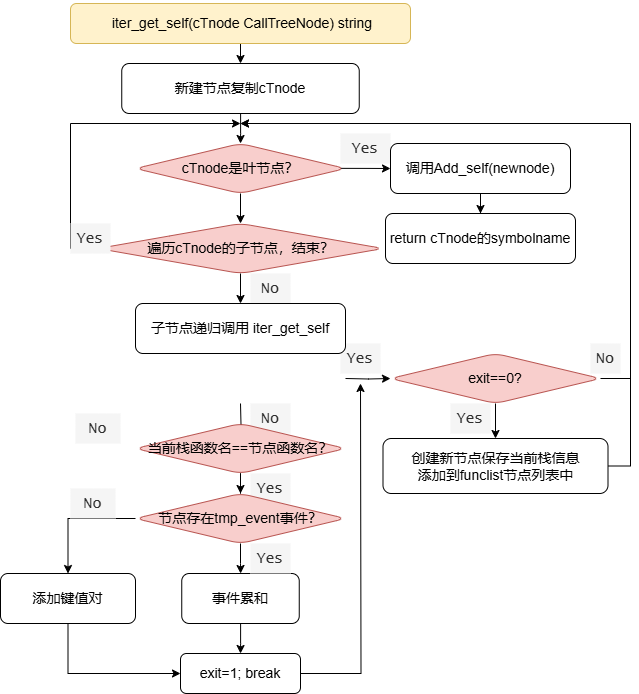
This is iter_get_self.drawio.png from Dong-J93/os_pic2024, a draw.io export, as it was before one commit. Source tidied: cells renumbered, new cells last; positions are measured from the earlier drawing's top-left corner, leaving out a move shared by most shapes.
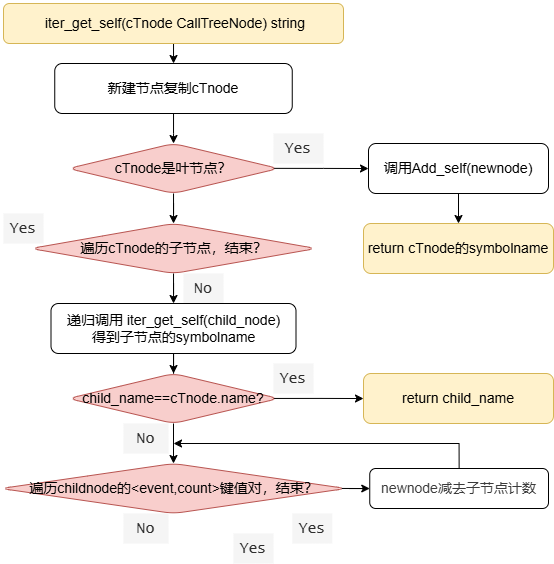
After the commit.

Change to the diagram source:
```diff
@@ -3,11 +3,8 @@
     <mxCell id="0" />
     <mxCell id="1" parent="0" />
     <mxCell id="2" value="&lt;font face=&quot;Lucida Console&quot; color=&quot;#2e2e2e&quot;&gt;&lt;span style=&quot;font-size: 15px;&quot;&gt;Yes&lt;/span&gt;&lt;/font&gt;" style="text;html=1;align=center;verticalAlign=middle;whiteSpace=wrap;rounded=0;fontColor=#333333;fillColor=#f5f5f5;strokeColor=none;" parent="1" vertex="1">
-      <mxGeometry x="250" y="470" width="40" height="30" as="geometry" />
+      <mxGeometry x="300" y="530" width="40" height="30" as="geometry" />
     </mxCell>
-    <mxCell id="3" value="&lt;font face=&quot;Lucida Console&quot; color=&quot;#2e2e2e&quot;&gt;&lt;span style=&quot;font-size: 15px;&quot;&gt;No&lt;/span&gt;&lt;/font&gt;" style="text;html=1;align=center;verticalAlign=middle;whiteSpace=wrap;rounded=0;fontColor=#333333;fillColor=#f5f5f5;strokeColor=none;" parent="1" vertex="1">
-      <mxGeometry x="250" y="400" width="40" height="30" as="geometry" />
-    </mxCell>
     <mxCell id="4" style="edgeStyle=orthogonalEdgeStyle;rounded=0;jettySize=auto;html=1;" parent="1" edge="1" source="5" target="18">
       <mxGeometry relative="1" as="geometry" />
     </mxCell>
@@ -17,21 +14,6 @@
     <mxCell id="6" value="&lt;font face=&quot;Lucida Console&quot; color=&quot;#2e2e2e&quot;&gt;&lt;span style=&quot;font-size: 15px;&quot;&gt;Yes&lt;/span&gt;&lt;/font&gt;" style="text;html=1;align=center;verticalAlign=middle;whiteSpace=wrap;rounded=0;fontColor=#333333;fillColor=#f5f5f5;strokeColor=none;" parent="1" vertex="1">
       <mxGeometry x="340" y="130" width="50" height="30" as="geometry" />
     </mxCell>
-    <mxCell id="7" style="edgeStyle=orthogonalEdgeStyle;rounded=0;jettySize=auto;html=1;exitX=0.5;exitY=1;exitDx=0;exitDy=0;entryX=0;entryY=0.5;entryDx=0;entryDy=0;" parent="1" edge="1" source="8" target="36">
-      <mxGeometry relative="1" as="geometry" />
-    </mxCell>
-    <mxCell id="8" value="&lt;pre&gt;&lt;font face=&quot;Helvetica&quot;&gt;&lt;span style=&quot;font-size: 14px;&quot;&gt;添加键值对&lt;/span&gt;&lt;/font&gt;&lt;/pre&gt;" style="rounded=1;whiteSpace=wrap;html=1;fillColor=none;" parent="1" vertex="1">
-      <mxGeometry y="570" width="135" height="50" as="geometry" />
-    </mxCell>
-    <mxCell id="9" style="edgeStyle=orthogonalEdgeStyle;rounded=0;jettySize=auto;html=1;exitX=0;exitY=0.5;exitDx=0;exitDy=0;" parent="1" edge="1" source="11">
-      <mxGeometry relative="1" as="geometry">
-        <mxPoint x="240" y="120" as="targetPoint" />
-        <Array as="points">
-          <mxPoint x="70" y="245" />
-          <mxPoint x="70" y="120" />
-        </Array>
-      </mxGeometry>
-    </mxCell>
     <mxCell id="10" style="edgeStyle=orthogonalEdgeStyle;rounded=0;jettySize=auto;html=1;" parent="1" edge="1" source="11" target="44">
       <mxGeometry relative="1" as="geometry" />
     </mxCell>
@@ -42,7 +24,7 @@
       <mxGeometry relative="1" as="geometry" />
     </mxCell>
     <mxCell id="13" value="&lt;pre&gt;&lt;font face=&quot;Helvetica&quot; style=&quot;font-size: 14px;&quot;&gt;调用Add_self(newnode)&lt;/font&gt;&lt;span class=&quot;eusoft-eudic-chrome-extension-translate-content&quot;&gt;&lt;/span&gt;&lt;/pre&gt;" style="rounded=1;whiteSpace=wrap;html=1;" parent="1" vertex="1">
-      <mxGeometry x="390" y="140" width="180" height="50" as="geometry" />
+      <mxGeometry x="435" y="140" width="180" height="50" as="geometry" />
     </mxCell>
     <mxCell id="14" style="edgeStyle=orthogonalEdgeStyle;rounded=0;jettySize=auto;html=1;exitX=0.977;exitY=0.497;exitDx=0;exitDy=0;exitPerimeter=0;" parent="1" edge="1" source="16" target="13">
       <mxGeometry relative="1" as="geometry" />
@@ -59,18 +41,8 @@
     <mxCell id="18" value="&lt;pre&gt;&lt;font face=&quot;Helvetica&quot;&gt;&lt;span style=&quot;font-size: 14px;&quot;&gt;新建节点复制cTnode&lt;/span&gt;&lt;/font&gt;&lt;span class=&quot;eusoft-eudic-chrome-extension-translate-content&quot;&gt;&lt;/span&gt;&lt;/pre&gt;" style="rounded=1;whiteSpace=wrap;html=1;fillColor=none;" parent="1" vertex="1">
       <mxGeometry x="121.2" y="60" width="237.5" height="50" as="geometry" />
     </mxCell>
-    <mxCell id="19" style="edgeStyle=orthogonalEdgeStyle;rounded=0;jettySize=auto;html=1;" parent="1" edge="1" target="24">
-      <mxGeometry relative="1" as="geometry">
-        <mxPoint x="240" y="400" as="sourcePoint" />
-      </mxGeometry>
-    </mxCell>
-    <mxCell id="20" style="edgeStyle=orthogonalEdgeStyle;rounded=0;jettySize=auto;html=1;" parent="1" edge="1" target="39">
-      <mxGeometry relative="1" as="geometry">
-        <mxPoint x="345" y="375" as="sourcePoint" />
-      </mxGeometry>
-    </mxCell>
     <mxCell id="21" value="&lt;font face=&quot;Lucida Console&quot; color=&quot;#2e2e2e&quot;&gt;&lt;span style=&quot;font-size: 15px;&quot;&gt;Yes&lt;/span&gt;&lt;/font&gt;" style="text;html=1;align=center;verticalAlign=middle;whiteSpace=wrap;rounded=0;fontColor=#333333;fillColor=#f5f5f5;strokeColor=none;" parent="1" vertex="1">
-      <mxGeometry x="70" y="220" width="40" height="30" as="geometry" />
+      <mxGeometry x="70" y="210" width="40" height="30" as="geometry" />
     </mxCell>
     <mxCell id="22" value="&lt;font face=&quot;Lucida Console&quot; color=&quot;#2e2e2e&quot;&gt;&lt;span style=&quot;font-size: 15px;&quot;&gt;No&lt;/span&gt;&lt;/font&gt;" style="text;html=1;align=center;verticalAlign=middle;whiteSpace=wrap;rounded=0;fontColor=#333333;fillColor=#f5f5f5;strokeColor=none;" parent="1" vertex="1">
       <mxGeometry x="250" y="270" width="40" height="30" as="geometry" />
@@ -78,82 +50,53 @@
     <mxCell id="23" style="edgeStyle=orthogonalEdgeStyle;rounded=0;jettySize=auto;html=1;" parent="1" edge="1" source="24" target="30">
       <mxGeometry relative="1" as="geometry" />
     </mxCell>
+    <mxCell id="45" style="edgeStyle=orthogonalEdgeStyle;rounded=0;jettySize=auto;html=1;exitX=0.972;exitY=0.499;exitDx=0;exitDy=0;exitPerimeter=0;" parent="1" edge="1" source="24" target="48">
+      <mxGeometry relative="1" as="geometry" />
+    </mxCell>
-    <mxCell id="24" value="&lt;span style=&quot;font-size: 14px;&quot;&gt;当前栈函数名==节点函数名？&lt;/span&gt;" style="rhombus;whiteSpace=wrap;html=1;fillColor=#f8cecc;rounded=1;strokeColor=#b85450;" parent="1" vertex="1">
-      <mxGeometry x="135" y="420" width="210" height="50" as="geometry" />
+    <mxCell id="24" value="&lt;span style=&quot;font-size: 14px;&quot;&gt;child_name==cTnode.name?&lt;/span&gt;&lt;span class=&quot;eusoft-eudic-chrome-extension-translate-content&quot;&gt;&lt;/span&gt;" style="rhombus;whiteSpace=wrap;html=1;fillColor=#f8cecc;rounded=1;strokeColor=#b85450;" parent="1" vertex="1">
+      <mxGeometry x="135" y="370" width="210" height="50" as="geometry" />
     </mxCell>
-    <mxCell id="25" value="&lt;font face=&quot;Lucida Console&quot; color=&quot;#2e2e2e&quot;&gt;&lt;span style=&quot;font-size: 15px;&quot;&gt;No&lt;/span&gt;&lt;/font&gt;" style="text;html=1;align=center;verticalAlign=middle;whiteSpace=wrap;rounded=0;fontColor=#333333;fillColor=#f5f5f5;strokeColor=none;" parent="1" vertex="1">
-      <mxGeometry x="75" y="410" width="45" height="30" as="geometry" />
-    </mxCell>
-    <mxCell id="26" style="edgeStyle=orthogonalEdgeStyle;rounded=0;jettySize=auto;html=1;" parent="1" edge="1" source="27" target="36">
-      <mxGeometry relative="1" as="geometry" />
-    </mxCell>
+    <mxCell id="46" style="edgeStyle=orthogonalEdgeStyle;rounded=0;jettySize=auto;html=1;exitX=0.5;exitY=0;exitDx=0;exitDy=0;" parent="1" edge="1" source="27">
+      <mxGeometry relative="1" as="geometry">
+        <mxPoint x="240" y="440" as="targetPoint" />
+        <Array as="points">
+          <mxPoint x="526" y="440" />
+          <mxPoint x="240" y="440" />
+        </Array>
+      </mxGeometry>
+    </mxCell>
-    <mxCell id="27" value="&lt;pre&gt;&lt;font face=&quot;Helvetica&quot;&gt;&lt;span style=&quot;font-size: 14px;&quot;&gt;事件累和&lt;/span&gt;&lt;/font&gt;&lt;/pre&gt;" style="rounded=1;whiteSpace=wrap;html=1;fillColor=none;" parent="1" vertex="1">
-      <mxGeometry x="181.2" y="570" width="117.5" height="50" as="geometry" />
+    <mxCell id="27" value="&lt;p&gt;&lt;font color=&quot;#3b3b3b&quot;&gt;&lt;span style=&quot;font-size: 14px;&quot;&gt;newnode减去子节点计数&lt;/span&gt;&lt;/font&gt;&lt;/p&gt;" style="rounded=1;whiteSpace=wrap;html=1;fillColor=none;" parent="1" vertex="1">
+      <mxGeometry x="436.2" y="465" width="178.8" height="40" as="geometry" />
     </mxCell>
-    <mxCell id="28" style="edgeStyle=orthogonalEdgeStyle;rounded=0;jettySize=auto;html=1;" parent="1" edge="1" source="30" target="27">
+    <mxCell id="28" style="edgeStyle=orthogonalEdgeStyle;rounded=0;jettySize=auto;html=1;exitX=0.987;exitY=0.499;exitDx=0;exitDy=0;exitPerimeter=0;" parent="1" edge="1" source="30" target="27">
       <mxGeometry relative="1" as="geometry" />
     </mxCell>
-    <mxCell id="29" style="edgeStyle=orthogonalEdgeStyle;rounded=0;jettySize=auto;html=1;exitX=0;exitY=0.5;exitDx=0;exitDy=0;" parent="1" edge="1" source="30" target="8">
-      <mxGeometry relative="1" as="geometry" />
-    </mxCell>
-    <mxCell id="30" value="&lt;span style=&quot;font-size: 14px;&quot;&gt;节点存在tmp_event事件？&lt;/span&gt;" style="rhombus;whiteSpace=wrap;html=1;fillColor=#f8cecc;rounded=1;strokeColor=#b85450;" parent="1" vertex="1">
-      <mxGeometry x="135" y="490" width="210" height="50" as="geometry" />
+    <mxCell id="30" value="&lt;span style=&quot;font-size: 14px;&quot;&gt;遍历childnode的&amp;lt;event,count&amp;gt;键值对，结束？&lt;/span&gt;&lt;span class=&quot;eusoft-eudic-chrome-extension-translate-content&quot;&gt;&lt;/span&gt;" style="rhombus;whiteSpace=wrap;html=1;fillColor=#f8cecc;rounded=1;strokeColor=#b85450;" parent="1" vertex="1">
+      <mxGeometry x="67.5" y="460" width="345" height="50" as="geometry" />
     </mxCell>
-    <mxCell id="31" style="edgeStyle=orthogonalEdgeStyle;rounded=0;jettySize=auto;html=1;exitX=1;exitY=0.5;exitDx=0;exitDy=0;" parent="1" edge="1" source="32">
-      <mxGeometry relative="1" as="geometry">
-        <mxPoint x="240" y="120" as="targetPoint" />
-        <Array as="points">
-          <mxPoint x="630" y="463" />
-          <mxPoint x="630" y="120" />
-        </Array>
-      </mxGeometry>
-    </mxCell>
-    <mxCell id="32" value="&lt;p&gt;&lt;font face=&quot;Helvetica&quot; style=&quot;font-size: 14px;&quot;&gt;创建新节点保存当前栈信息&lt;br&gt;&lt;/font&gt;&lt;font face=&quot;Helvetica&quot; style=&quot;font-size: 14px;&quot;&gt;添加到funclist节点列表中&lt;/font&gt;&lt;/p&gt;" style="rounded=1;whiteSpace=wrap;html=1;fillColor=none;" parent="1" vertex="1">
-      <mxGeometry x="382.5" y="435" width="225" height="55" as="geometry" />
-    </mxCell>
     <mxCell id="33" value="&lt;font face=&quot;Lucida Console&quot; color=&quot;#2e2e2e&quot;&gt;&lt;span style=&quot;font-size: 15px;&quot;&gt;Yes&lt;/span&gt;&lt;/font&gt;" style="text;html=1;align=center;verticalAlign=middle;whiteSpace=wrap;rounded=0;fontColor=#333333;fillColor=#f5f5f5;strokeColor=none;" parent="1" vertex="1">
-      <mxGeometry x="250" y="540" width="40" height="30" as="geometry" />
+      <mxGeometry x="358.8" y="510" width="40" height="30" as="geometry" />
     </mxCell>
     <mxCell id="34" value="&lt;font face=&quot;Lucida Console&quot; color=&quot;#2e2e2e&quot;&gt;&lt;span style=&quot;font-size: 15px;&quot;&gt;No&lt;/span&gt;&lt;/font&gt;" style="text;html=1;align=center;verticalAlign=middle;whiteSpace=wrap;rounded=0;fontColor=#333333;fillColor=#f5f5f5;strokeColor=none;" parent="1" vertex="1">
-      <mxGeometry x="70" y="485" width="45" height="30" as="geometry" />
+      <mxGeometry x="190" y="420" width="45" height="30" as="geometry" />
     </mxCell>
-    <mxCell id="35" style="edgeStyle=orthogonalEdgeStyle;rounded=0;jettySize=auto;html=1;exitX=1;exitY=0.5;exitDx=0;exitDy=0;" parent="1" edge="1" source="36">
-      <mxGeometry relative="1" as="geometry">
-        <mxPoint x="360" y="380" as="targetPoint" />
-      </mxGeometry>
-    </mxCell>
-    <mxCell id="36" value="&lt;pre&gt;&lt;font face=&quot;Helvetica&quot;&gt;&lt;span style=&quot;font-size: 14px;&quot;&gt;exit=1; break&lt;/span&gt;&lt;/font&gt;&lt;/pre&gt;" style="rounded=1;whiteSpace=wrap;html=1;fillColor=none;" parent="1" vertex="1">
-      <mxGeometry x="180" y="650" width="120" height="40" as="geometry" />
-    </mxCell>
-    <mxCell id="37" style="edgeStyle=orthogonalEdgeStyle;rounded=0;jettySize=auto;html=1;" parent="1" edge="1" source="39" target="32">
-      <mxGeometry relative="1" as="geometry" />
-    </mxCell>
-    <mxCell id="38" style="edgeStyle=orthogonalEdgeStyle;rounded=0;jettySize=auto;html=1;exitX=1;exitY=0.5;exitDx=0;exitDy=0;" parent="1" edge="1" source="39">
-      <mxGeometry relative="1" as="geometry">
-        <mxPoint x="240" y="120" as="targetPoint" />
-        <Array as="points">
-          <mxPoint x="630" y="375" />
-          <mxPoint x="630" y="120" />
-        </Array>
-      </mxGeometry>
-    </mxCell>
-    <mxCell id="39" value="&lt;font style=&quot;font-size: 14px;&quot;&gt;exit==0?&lt;/font&gt;" style="rhombus;whiteSpace=wrap;html=1;fillColor=#f8cecc;rounded=1;strokeColor=#b85450;" parent="1" vertex="1">
-      <mxGeometry x="390" y="350" width="210" height="50" as="geometry" />
-    </mxCell>
-    <mxCell id="40" value="&lt;font face=&quot;Lucida Console&quot; color=&quot;#2e2e2e&quot;&gt;&lt;span style=&quot;font-size: 15px;&quot;&gt;Yes&lt;/span&gt;&lt;/font&gt;" style="text;html=1;align=center;verticalAlign=middle;whiteSpace=wrap;rounded=0;fontColor=#333333;fillColor=#f5f5f5;strokeColor=none;" parent="1" vertex="1">
-      <mxGeometry x="340" y="340" width="40" height="30" as="geometry" />
-    </mxCell>
-    <mxCell id="41" value="&lt;font face=&quot;Lucida Console&quot; color=&quot;#2e2e2e&quot;&gt;&lt;span style=&quot;font-size: 15px;&quot;&gt;Yes&lt;/span&gt;&lt;/font&gt;" style="text;html=1;align=center;verticalAlign=middle;whiteSpace=wrap;rounded=0;fontColor=#333333;fillColor=#f5f5f5;strokeColor=none;" parent="1" vertex="1">
-      <mxGeometry x="450" y="400" width="40" height="30" as="geometry" />
-    </mxCell>
-    <mxCell id="42" value="&lt;font face=&quot;Lucida Console&quot; color=&quot;#2e2e2e&quot;&gt;&lt;span style=&quot;font-size: 15px;&quot;&gt;No&lt;/span&gt;&lt;/font&gt;" style="text;html=1;align=center;verticalAlign=middle;whiteSpace=wrap;rounded=0;fontColor=#333333;fillColor=#f5f5f5;strokeColor=none;" parent="1" vertex="1">
-      <mxGeometry x="590" y="340" width="30" height="30" as="geometry" />
-    </mxCell>
-    <mxCell id="43" value="&lt;pre&gt;&lt;font face=&quot;Helvetica&quot; style=&quot;font-size: 14px;&quot;&gt;return cTnode的symbolname&lt;/font&gt;&lt;/pre&gt;" style="rounded=1;whiteSpace=wrap;html=1;" parent="1" vertex="1">
-      <mxGeometry x="385" y="210" width="190" height="50" as="geometry" />
+    <mxCell id="43" value="&lt;pre&gt;&lt;font face=&quot;Helvetica&quot; style=&quot;font-size: 14px;&quot;&gt;return cTnode的symbolname&lt;/font&gt;&lt;/pre&gt;" style="rounded=1;whiteSpace=wrap;html=1;fillColor=#fff2cc;strokeColor=#d6b656;" parent="1" vertex="1">
+      <mxGeometry x="430" y="220" width="190" height="50" as="geometry" />
     </mxCell>
+    <mxCell id="47" style="edgeStyle=orthogonalEdgeStyle;rounded=0;jettySize=auto;html=1;" parent="1" edge="1" source="44" target="24">
+      <mxGeometry relative="1" as="geometry" />
+    </mxCell>
-    <mxCell id="44" value="&lt;p style=&quot;font-size: 14px;&quot;&gt;&lt;font style=&quot;font-size: 14px;&quot; face=&quot;Helvetica&quot;&gt;&lt;span style=&quot;font-size: 14px;&quot;&gt;子节点递归调用&lt;/span&gt;&amp;nbsp;iter_get_self&lt;/font&gt;&lt;/p&gt;" style="rounded=1;whiteSpace=wrap;html=1;" parent="1" vertex="1">
-      <mxGeometry x="135" y="300" width="210" height="50" as="geometry" />
+    <mxCell id="44" value="&lt;p style=&quot;font-size: 14px;&quot;&gt;&lt;font style=&quot;font-size: 14px;&quot; face=&quot;Helvetica&quot;&gt;&lt;span style=&quot;font-size: 14px;&quot;&gt;递归调用&lt;/span&gt;&amp;nbsp;iter_get_self(child_node)&lt;br&gt;&lt;/font&gt;&lt;font style=&quot;font-size: 14px;&quot; face=&quot;Helvetica&quot;&gt;得到子节点的symbolname&lt;/font&gt;&lt;/p&gt;" style="rounded=1;whiteSpace=wrap;html=1;" parent="1" vertex="1">
+      <mxGeometry x="117.5" y="300" width="245" height="50" as="geometry" />
     </mxCell>
+    <mxCell id="48" value="&lt;pre&gt;&lt;font face=&quot;Helvetica&quot; style=&quot;font-size: 14px;&quot;&gt;return child_name&lt;/font&gt;&lt;/pre&gt;" style="rounded=1;whiteSpace=wrap;html=1;fillColor=#fff2cc;strokeColor=#d6b656;" parent="1" vertex="1">
+      <mxGeometry x="430" y="370" width="190" height="50" as="geometry" />
+    </mxCell>
+    <mxCell id="49" value="&lt;font face=&quot;Lucida Console&quot; color=&quot;#2e2e2e&quot;&gt;&lt;span style=&quot;font-size: 15px;&quot;&gt;Yes&lt;/span&gt;&lt;/font&gt;" style="text;html=1;align=center;verticalAlign=middle;whiteSpace=wrap;rounded=0;fontColor=#333333;fillColor=#f5f5f5;strokeColor=none;" parent="1" vertex="1">
+      <mxGeometry x="340" y="360" width="40" height="30" as="geometry" />
+    </mxCell>
+    <mxCell id="50" value="&lt;font face=&quot;Lucida Console&quot; color=&quot;#2e2e2e&quot;&gt;&lt;span style=&quot;font-size: 15px;&quot;&gt;No&lt;/span&gt;&lt;/font&gt;" style="text;html=1;align=center;verticalAlign=middle;whiteSpace=wrap;rounded=0;fontColor=#333333;fillColor=#f5f5f5;strokeColor=none;" parent="1" vertex="1">
+      <mxGeometry x="190" y="510" width="45" height="30" as="geometry" />
+    </mxCell>
   </root>
 </mxGraphModel>
```
